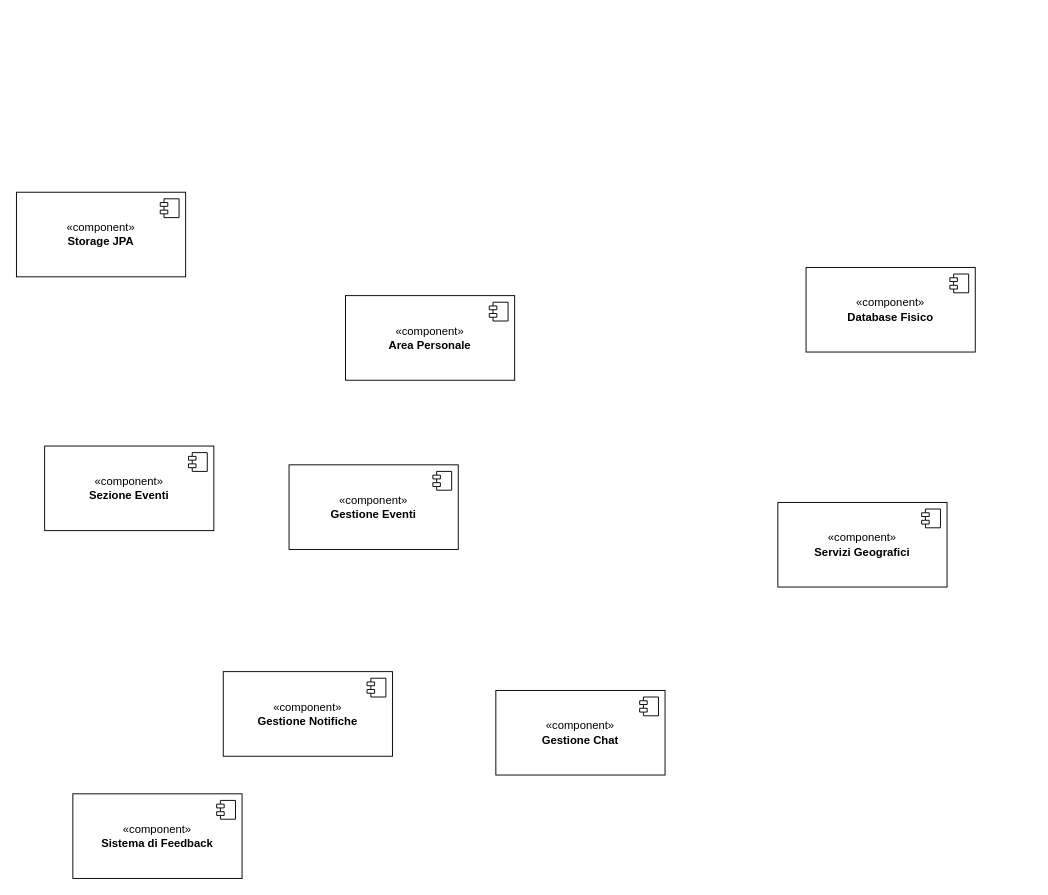
Above: component_diagram.drawio in alexbnls/progetto-is (draw.io), before the change. Source tidied: cells renumbered, new cells numbered last; positions are measured from the earlier drawing's top-left corner, leaving out a move shared by most shapes. Both pictures are drawn from the tidied source at 94%, with x=0, y=0 at pixel (16, 192).
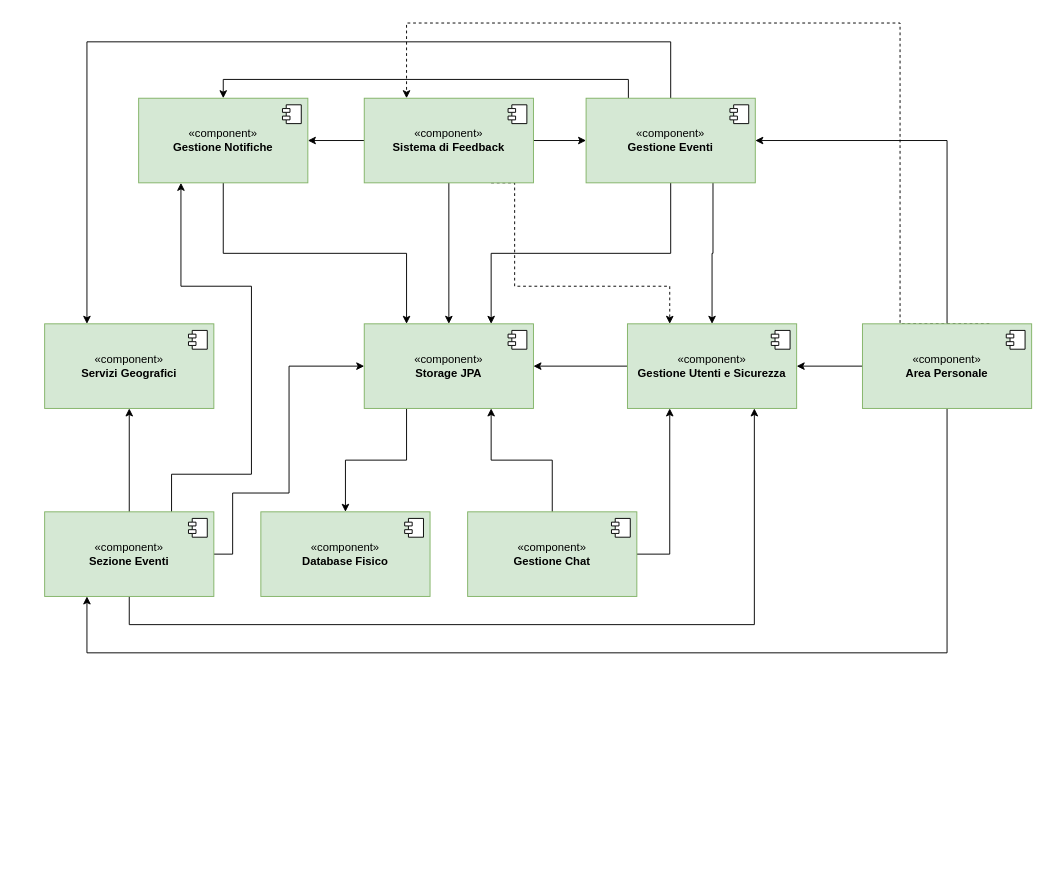
Above is the later version.

Change to the diagram source:
```diff
@@
+    <mxCell id="20" style="edgeStyle=orthogonalEdgeStyle;rounded=0;jettySize=auto;html=1;exitX=0.25;exitY=1;exitDx=0;exitDy=0;entryX=0.5;entryY=0;entryDx=0;entryDy=0;" parent="1" edge="1" source="2" target="18">
+      <mxGeometry relative="1" as="geometry" />
+    </mxCell>
-    <mxCell id="2" value="«component»&lt;div&gt;&lt;b&gt;Storage JPA&lt;/b&gt;&lt;/div&gt;" style="html=1;whiteSpace=wrap;" parent="1" vertex="1">
-      <mxGeometry width="180" height="90" as="geometry" />
+    <mxCell id="2" value="«component»&lt;div&gt;&lt;b&gt;Storage JPA&lt;/b&gt;&lt;/div&gt;" style="html=1;whiteSpace=wrap;fillColor=#d5e8d4;strokeColor=#82b366;" parent="1" vertex="1">
+      <mxGeometry x="370" y="140" width="180" height="90" as="geometry" />
     </mxCell>
@@
+    <mxCell id="21" style="edgeStyle=orthogonalEdgeStyle;rounded=0;jettySize=auto;html=1;exitX=0;exitY=0.5;exitDx=0;exitDy=0;entryX=1;entryY=0.5;entryDx=0;entryDy=0;" parent="1" edge="1" source="4" target="37">
+      <mxGeometry relative="1" as="geometry" />
+    </mxCell>
+    <mxCell id="22" style="edgeStyle=orthogonalEdgeStyle;rounded=0;jettySize=auto;html=1;exitX=0.5;exitY=0;exitDx=0;exitDy=0;entryX=1;entryY=0.5;entryDx=0;entryDy=0;" parent="1" edge="1" source="4" target="6">
+      <mxGeometry relative="1" as="geometry" />
+    </mxCell>
+    <mxCell id="23" style="edgeStyle=orthogonalEdgeStyle;rounded=0;jettySize=auto;html=1;exitX=0.5;exitY=1;exitDx=0;exitDy=0;entryX=0.25;entryY=1;entryDx=0;entryDy=0;" parent="1" edge="1" source="4" target="8">
+      <mxGeometry relative="1" as="geometry">
+        <Array as="points">
+          <mxPoint x="990" y="490" />
+          <mxPoint x="75" y="490" />
+        </Array>
+      </mxGeometry>
+    </mxCell>
+    <mxCell id="24" style="edgeStyle=orthogonalEdgeStyle;rounded=0;jettySize=auto;html=1;exitX=0.75;exitY=0;exitDx=0;exitDy=0;entryX=0.25;entryY=0;entryDx=0;entryDy=0;dashed=1;" parent="1" edge="1" source="4" target="10">
+      <mxGeometry relative="1" as="geometry">
+        <Array as="points">
+          <mxPoint x="940" y="140" />
+          <mxPoint x="940" y="-180" />
+          <mxPoint x="415" y="-180" />
+        </Array>
+      </mxGeometry>
+    </mxCell>
-    <mxCell id="4" value="&lt;div&gt;«component»&lt;/div&gt;&lt;b&gt;Area Personale&lt;/b&gt;" style="html=1;whiteSpace=wrap;" parent="1" vertex="1">
-      <mxGeometry x="350" y="110" width="180" height="90" as="geometry" />
+    <mxCell id="4" value="&lt;div&gt;«component»&lt;/div&gt;&lt;b&gt;Area Personale&lt;/b&gt;" style="html=1;whiteSpace=wrap;fillColor=#d5e8d4;strokeColor=#82b366;" parent="1" vertex="1">
+      <mxGeometry x="900" y="140" width="180" height="90" as="geometry" />
     </mxCell>
@@
+    <mxCell id="25" style="edgeStyle=orthogonalEdgeStyle;rounded=0;jettySize=auto;html=1;exitX=0.5;exitY=1;exitDx=0;exitDy=0;entryX=0.75;entryY=0;entryDx=0;entryDy=0;" parent="1" edge="1" source="6" target="2">
+      <mxGeometry relative="1" as="geometry" />
+    </mxCell>
+    <mxCell id="26" style="edgeStyle=orthogonalEdgeStyle;rounded=0;jettySize=auto;html=1;exitX=0.75;exitY=1;exitDx=0;exitDy=0;entryX=0.5;entryY=0;entryDx=0;entryDy=0;" parent="1" edge="1" source="6" target="37">
+      <mxGeometry relative="1" as="geometry" />
+    </mxCell>
+    <mxCell id="27" style="edgeStyle=orthogonalEdgeStyle;rounded=0;jettySize=auto;html=1;exitX=0.5;exitY=0;exitDx=0;exitDy=0;entryX=0.25;entryY=0;entryDx=0;entryDy=0;" parent="1" edge="1" source="6" target="16">
+      <mxGeometry relative="1" as="geometry">
+        <Array as="points">
+          <mxPoint x="696" y="-160" />
+          <mxPoint x="75" y="-160" />
+        </Array>
+      </mxGeometry>
+    </mxCell>
+    <mxCell id="28" style="edgeStyle=orthogonalEdgeStyle;rounded=0;jettySize=auto;html=1;exitX=0.25;exitY=0;exitDx=0;exitDy=0;entryX=0.5;entryY=0;entryDx=0;entryDy=0;" parent="1" edge="1" source="6" target="14">
+      <mxGeometry relative="1" as="geometry" />
+    </mxCell>
-    <mxCell id="6" value="«component»&lt;div&gt;&lt;b&gt;Gestione Eventi&lt;/b&gt;&lt;/div&gt;" style="html=1;whiteSpace=wrap;" parent="1" vertex="1">
-      <mxGeometry x="290" y="290" width="180" height="90" as="geometry" />
+    <mxCell id="6" value="«component»&lt;div&gt;&lt;b&gt;Gestione Eventi&lt;/b&gt;&lt;/div&gt;" style="html=1;whiteSpace=wrap;fillColor=#d5e8d4;strokeColor=#82b366;" parent="1" vertex="1">
+      <mxGeometry x="606" y="-100" width="180" height="90" as="geometry" />
     </mxCell>
@@
+    <mxCell id="29" style="edgeStyle=orthogonalEdgeStyle;rounded=0;jettySize=auto;html=1;exitX=1;exitY=0.5;exitDx=0;exitDy=0;entryX=0;entryY=0.5;entryDx=0;entryDy=0;" parent="1" edge="1" source="8" target="2">
+      <mxGeometry relative="1" as="geometry">
+        <Array as="points">
+          <mxPoint x="230" y="385" />
+          <mxPoint x="230" y="320" />
+          <mxPoint x="290" y="320" />
+          <mxPoint x="290" y="185" />
+        </Array>
+      </mxGeometry>
+    </mxCell>
+    <mxCell id="30" style="edgeStyle=orthogonalEdgeStyle;rounded=0;jettySize=auto;html=1;exitX=0.5;exitY=1;exitDx=0;exitDy=0;entryX=0.75;entryY=1;entryDx=0;entryDy=0;" parent="1" edge="1" source="8" target="37">
+      <mxGeometry relative="1" as="geometry">
+        <Array as="points">
+          <mxPoint x="120" y="460" />
+          <mxPoint x="785" y="460" />
+        </Array>
+      </mxGeometry>
+    </mxCell>
+    <mxCell id="31" style="edgeStyle=orthogonalEdgeStyle;rounded=0;jettySize=auto;html=1;exitX=0.5;exitY=0;exitDx=0;exitDy=0;entryX=0.5;entryY=1;entryDx=0;entryDy=0;" parent="1" edge="1" source="8" target="16">
+      <mxGeometry relative="1" as="geometry" />
+    </mxCell>
+    <mxCell id="32" style="edgeStyle=orthogonalEdgeStyle;rounded=0;jettySize=auto;html=1;exitX=0.75;exitY=0;exitDx=0;exitDy=0;entryX=0.25;entryY=1;entryDx=0;entryDy=0;" parent="1" edge="1" source="8" target="14">
+      <mxGeometry relative="1" as="geometry">
+        <Array as="points">
+          <mxPoint x="165" y="300" />
+          <mxPoint x="250" y="300" />
+          <mxPoint x="250" y="100" />
+          <mxPoint x="175" y="100" />
+        </Array>
+      </mxGeometry>
+    </mxCell>
-    <mxCell id="8" value="«component»&lt;div&gt;&lt;b&gt;Sezione Eventi&lt;/b&gt;&lt;/div&gt;" style="html=1;whiteSpace=wrap;" parent="1" vertex="1">
-      <mxGeometry x="30" y="270" width="180" height="90" as="geometry" />
+    <mxCell id="8" value="«component»&lt;div&gt;&lt;b&gt;Sezione Eventi&lt;/b&gt;&lt;/div&gt;" style="html=1;whiteSpace=wrap;fillColor=#d5e8d4;strokeColor=#82b366;" parent="1" vertex="1">
+      <mxGeometry x="30" y="340" width="180" height="90" as="geometry" />
     </mxCell>
@@
-    <mxCell id="10" value="«component»&lt;div&gt;&lt;b&gt;Sistema di Feedback&lt;/b&gt;&lt;/div&gt;" style="html=1;whiteSpace=wrap;" parent="1" vertex="1">
-      <mxGeometry x="60" y="640" width="180" height="90" as="geometry" />
-    </mxCell>
-    <mxCell id="11" style="shape=module;jettyWidth=8;jettyHeight=4;" parent="10" vertex="1">
-      <mxGeometry x="1" width="20" height="20" relative="1" as="geometry">
-        <mxPoint x="-27" y="7" as="offset" />
-      </mxGeometry>
-    </mxCell>
+    <mxCell id="33" style="edgeStyle=orthogonalEdgeStyle;rounded=0;jettySize=auto;html=1;exitX=0.5;exitY=0;exitDx=0;exitDy=0;entryX=0.75;entryY=1;entryDx=0;entryDy=0;" parent="1" edge="1" source="12" target="2">
+      <mxGeometry relative="1" as="geometry" />
+    </mxCell>
+    <mxCell id="34" style="edgeStyle=orthogonalEdgeStyle;rounded=0;jettySize=auto;html=1;exitX=1;exitY=0.5;exitDx=0;exitDy=0;entryX=0.25;entryY=1;entryDx=0;entryDy=0;" parent="1" edge="1" source="12" target="37">
+      <mxGeometry relative="1" as="geometry" />
+    </mxCell>
-    <mxCell id="12" value="&lt;div&gt;«component»&lt;/div&gt;&lt;div&gt;&lt;b&gt;Gestione Chat&lt;/b&gt;&lt;/div&gt;" style="html=1;whiteSpace=wrap;" parent="1" vertex="1">
-      <mxGeometry x="510" y="530" width="180" height="90" as="geometry" />
+    <mxCell id="12" value="&lt;div&gt;«component»&lt;/div&gt;&lt;div&gt;&lt;b&gt;Gestione Chat&lt;/b&gt;&lt;/div&gt;" style="html=1;whiteSpace=wrap;fillColor=#d5e8d4;strokeColor=#82b366;" parent="1" vertex="1">
+      <mxGeometry x="480" y="340" width="180" height="90" as="geometry" />
     </mxCell>
@@
+    <mxCell id="35" style="edgeStyle=orthogonalEdgeStyle;rounded=0;jettySize=auto;html=1;exitX=0.5;exitY=1;exitDx=0;exitDy=0;entryX=0.25;entryY=0;entryDx=0;entryDy=0;" parent="1" edge="1" source="14" target="2">
+      <mxGeometry relative="1" as="geometry" />
+    </mxCell>
-    <mxCell id="14" value="«component»&lt;div&gt;&lt;b&gt;Gestione Notifiche&lt;/b&gt;&lt;/div&gt;" style="html=1;whiteSpace=wrap;" parent="1" vertex="1">
-      <mxGeometry x="220" y="510" width="180" height="90" as="geometry" />
+    <mxCell id="14" value="«component»&lt;div&gt;&lt;b&gt;Gestione Notifiche&lt;/b&gt;&lt;/div&gt;" style="html=1;whiteSpace=wrap;fillColor=#d5e8d4;strokeColor=#82b366;" parent="1" vertex="1">
+      <mxGeometry x="130" y="-100" width="180" height="90" as="geometry" />
     </mxCell>
@@
-    <mxCell id="16" value="«component»&lt;div&gt;&lt;b&gt;Servizi Geografici&lt;/b&gt;&lt;/div&gt;" style="html=1;whiteSpace=wrap;" parent="1" vertex="1">
-      <mxGeometry x="810" y="330" width="180" height="90" as="geometry" />
+    <mxCell id="16" value="«component»&lt;div&gt;&lt;b&gt;Servizi Geografici&lt;/b&gt;&lt;/div&gt;" style="html=1;whiteSpace=wrap;fillColor=#d5e8d4;strokeColor=#82b366;" parent="1" vertex="1">
+      <mxGeometry x="30" y="140" width="180" height="90" as="geometry" />
     </mxCell>
@@
-    <mxCell id="18" value="«component»&lt;div&gt;&lt;b&gt;Database Fisico&lt;/b&gt;&lt;/div&gt;" style="html=1;whiteSpace=wrap;" parent="1" vertex="1">
-      <mxGeometry x="840" y="80" width="180" height="90" as="geometry" />
+    <mxCell id="18" value="«component»&lt;div&gt;&lt;b&gt;Database Fisico&lt;/b&gt;&lt;/div&gt;" style="html=1;whiteSpace=wrap;fillColor=#d5e8d4;strokeColor=#82b366;" parent="1" vertex="1">
+      <mxGeometry x="260" y="340" width="180" height="90" as="geometry" />
     </mxCell>
@@
+    <mxCell id="36" style="edgeStyle=orthogonalEdgeStyle;rounded=0;jettySize=auto;html=1;exitX=0;exitY=0.5;exitDx=0;exitDy=0;entryX=1;entryY=0.5;entryDx=0;entryDy=0;" parent="1" edge="1" source="37" target="2">
+      <mxGeometry relative="1" as="geometry" />
+    </mxCell>
+    <mxCell id="37" value="«component»&lt;div&gt;&lt;b&gt;Gestione Utenti e Sicurezza&lt;/b&gt;&lt;/div&gt;" style="html=1;whiteSpace=wrap;fillColor=#d5e8d4;strokeColor=#82b366;" parent="1" vertex="1">
+      <mxGeometry x="650" y="140" width="180" height="90" as="geometry" />
+    </mxCell>
+    <mxCell id="38" style="shape=module;jettyWidth=8;jettyHeight=4;" parent="37" vertex="1">
+      <mxGeometry x="1" width="20" height="20" relative="1" as="geometry">
+        <mxPoint x="-27" y="7" as="offset" />
+      </mxGeometry>
+    </mxCell>
+    <mxCell id="39" style="edgeStyle=orthogonalEdgeStyle;rounded=0;jettySize=auto;html=1;exitX=0.5;exitY=1;exitDx=0;exitDy=0;entryX=0.5;entryY=0;entryDx=0;entryDy=0;" parent="1" edge="1" source="10" target="2">
+      <mxGeometry relative="1" as="geometry" />
+    </mxCell>
+    <mxCell id="40" style="edgeStyle=orthogonalEdgeStyle;rounded=0;jettySize=auto;html=1;exitX=0.75;exitY=1;exitDx=0;exitDy=0;entryX=0.25;entryY=0;entryDx=0;entryDy=0;dashed=1;" parent="1" edge="1" source="10" target="37">
+      <mxGeometry relative="1" as="geometry">
+        <Array as="points">
+          <mxPoint x="530" y="-10" />
+          <mxPoint x="530" y="100" />
+          <mxPoint x="695" y="100" />
+        </Array>
+      </mxGeometry>
+    </mxCell>
+    <mxCell id="41" style="edgeStyle=orthogonalEdgeStyle;rounded=0;jettySize=auto;html=1;exitX=0;exitY=0.5;exitDx=0;exitDy=0;entryX=1;entryY=0.5;entryDx=0;entryDy=0;" parent="1" edge="1" source="10" target="14">
+      <mxGeometry relative="1" as="geometry" />
+    </mxCell>
+    <mxCell id="42" style="edgeStyle=orthogonalEdgeStyle;rounded=0;jettySize=auto;html=1;exitX=1;exitY=0.5;exitDx=0;exitDy=0;entryX=0;entryY=0.5;entryDx=0;entryDy=0;" parent="1" edge="1" source="10" target="6">
+      <mxGeometry relative="1" as="geometry" />
+    </mxCell>
+    <mxCell id="10" value="«component»&lt;div&gt;&lt;b&gt;Sistema di Feedback&lt;/b&gt;&lt;/div&gt;" style="html=1;whiteSpace=wrap;fillColor=#d5e8d4;strokeColor=#82b366;" parent="1" vertex="1">
+      <mxGeometry x="370" y="-100" width="180" height="90" as="geometry" />
+    </mxCell>
+    <mxCell id="43" style="shape=module;jettyWidth=8;jettyHeight=4;" parent="10" vertex="1">
+      <mxGeometry x="1" width="20" height="20" relative="1" as="geometry">
+        <mxPoint x="-27" y="7" as="offset" />
+      </mxGeometry>
+    </mxCell>
```
